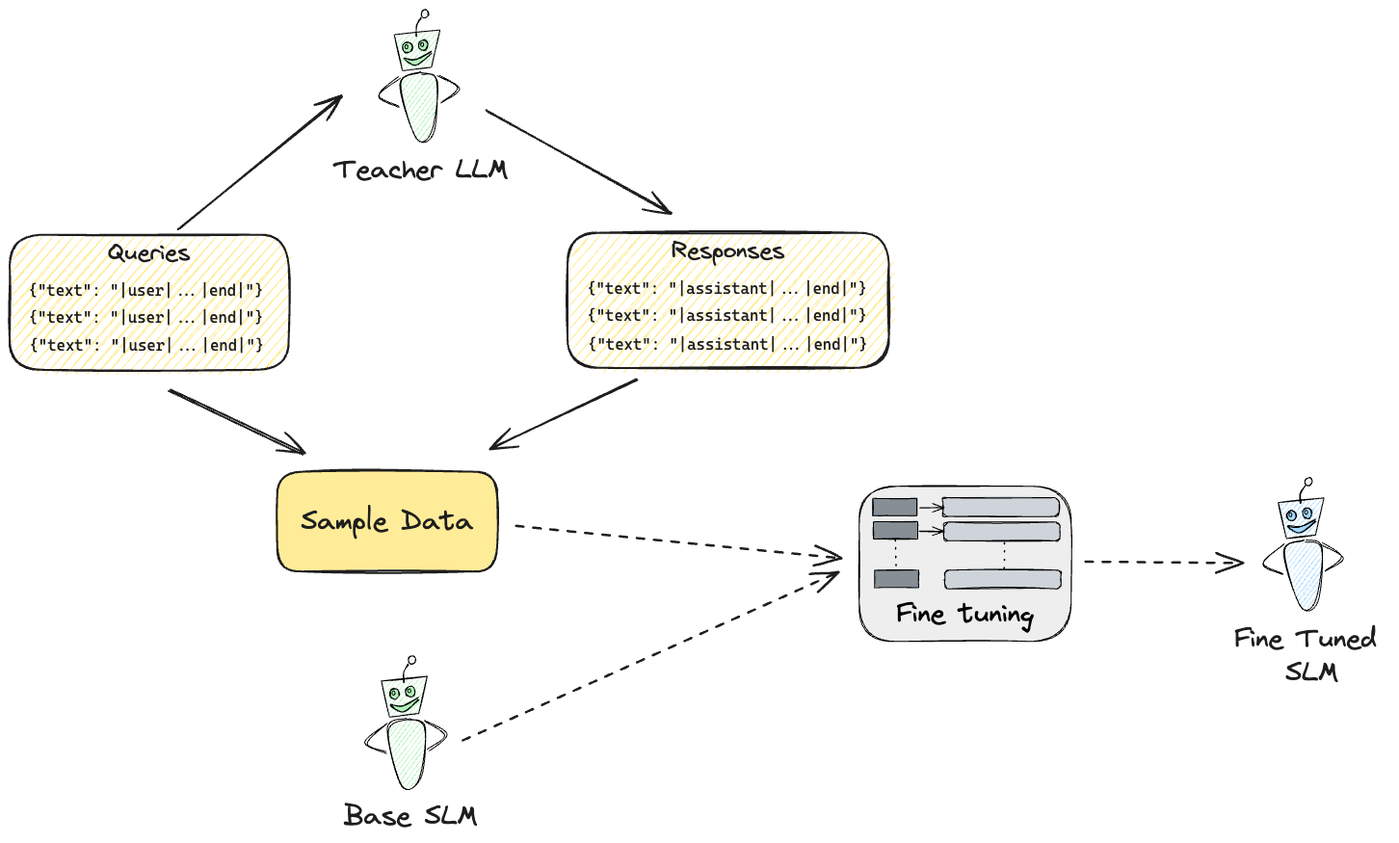
Earlier version of the Excalidraw export zurich-azure-ug-2025/graphics/ft-distillation.excalidraw.png (filipw/filipw.github.io). Source tidied: one line per element, renumbered; positions are measured from the earlier drawing's top-left corner, leaving out a move shared by most shapes.
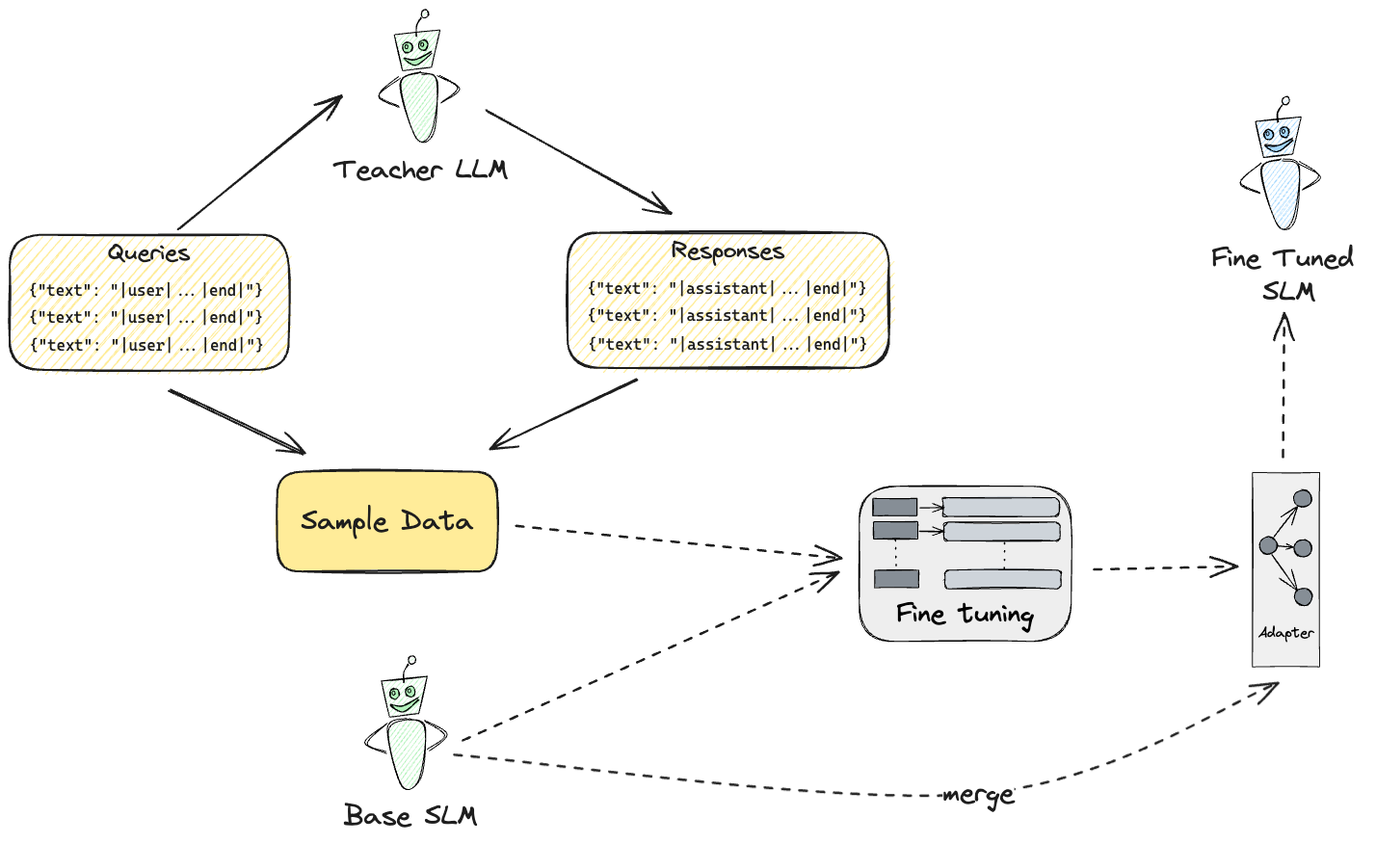
The same diagram one commit later.

What changed in the source:
```diff
@@ -30,19 +30,19 @@
 {"id": 29, "type": "text", "text": "Fine tuning", "strokeColor": "#000000", "strokeWidth": 1, "roughness": 1, "fontSize": 28, "fontFamily": 1, "textAlign": "center", "x": 920, "y": 610, "width": 143, "height": 36}
 {"id": 30, "type": "arrow", "strokeColor": "#1e1e1e", "strokeWidth": 2, "strokeStyle": "dashed", "roughness": 1, "endArrowhead": "arrow", "round": true, "from": 66, "to": 17, "x": 527, "y": 535, "width": 337, "height": 34, "points": [[0, 0], [337, 34]]}
 {"id": 31, "type": "arrow", "strokeColor": "#1e1e1e", "strokeWidth": 2, "strokeStyle": "dashed", "roughness": 1, "endArrowhead": "arrow", "round": true, "to": 17, "x": 470, "y": 758, "width": 391, "height": 173, "points": [[0, 0], [391, -173]]}
-{"id": 32, "type": "arrow", "strokeColor": "#1e1e1e", "strokeWidth": 2, "strokeStyle": "dashed", "roughness": 1, "endArrowhead": "arrow", "round": true, "from": 17, "x": 1117, "y": 574, "width": 163, "height": 1, "points": [[0, 0], [163, -1]]}
+{"id": 32, "type": "arrow", "strokeColor": "#1e1e1e", "strokeWidth": 2, "strokeStyle": "dashed", "roughness": 1, "endArrowhead": "arrow", "round": true, "from": 69, "to": 44, "x": 1322, "y": 466, "width": 0, "height": 152, "points": [[0, 0], [0, -152]]}
-{"id": 33, "type": "line", "strokeColor": "#000000", "backgroundColor": "#a5d8ff", "fillStyle": "hachure", "strokeWidth": 1, "roughness": 1, "x": 1317, "y": 512, "width": 47, "height": 42, "points": [[0, 0], [8, 37], [39, 34], [47, -5], [0, 0]]}
+{"id": 33, "type": "line", "strokeColor": "#000000", "backgroundColor": "#a5d8ff", "fillStyle": "hachure", "strokeWidth": 1, "roughness": 1, "x": 1293, "y": 116, "width": 47, "height": 42, "points": [[0, 0], [8, 37], [39, 34], [47, -5], [0, 0]]}
-{"id": 34, "type": "line", "strokeColor": "#000000", "angle": 0.41, "backgroundColor": "#a5d8ff", "fillStyle": "hachure", "strokeWidth": 1, "roughness": 1, "round": true, "x": 1344, "y": 513, "width": 4, "height": 19, "points": [[0, 0], [-4, -10], [-3, -19]]}
+{"id": 34, "type": "line", "strokeColor": "#000000", "angle": 0.41, "backgroundColor": "#a5d8ff", "fillStyle": "hachure", "strokeWidth": 1, "roughness": 1, "round": true, "x": 1320, "y": 118, "width": 4, "height": 19, "points": [[0, 0], [-4, -10], [-3, -19]]}
-{"id": 35, "type": "ellipse", "strokeColor": "#000000", "angle": 6.58, "backgroundColor": "#a5d8ff", "fillStyle": "hachure", "strokeWidth": 1, "roughness": 1, "x": 1345, "y": 486, "width": 7, "height": 9}
+{"id": 35, "type": "ellipse", "strokeColor": "#000000", "angle": 6.58, "backgroundColor": "#a5d8ff", "fillStyle": "hachure", "strokeWidth": 1, "roughness": 1, "x": 1321, "y": 90, "width": 7, "height": 9}
-{"id": 36, "type": "line", "strokeColor": "#000000", "angle": 6.21, "backgroundColor": "#a5d8ff", "fillStyle": "hachure", "strokeWidth": 1, "roughness": 1, "round": true, "x": 1347, "y": 552, "width": 39, "height": 69, "points": [[0, 0], [17, 9], [8, 62], [-11, 68], [-23, 10], [-1, -1]]}
+{"id": 36, "type": "line", "strokeColor": "#000000", "angle": 6.21, "backgroundColor": "#a5d8ff", "fillStyle": "hachure", "strokeWidth": 1, "roughness": 1, "round": true, "x": 1323, "y": 156, "width": 39, "height": 69, "points": [[0, 0], [17, 9], [8, 62], [-11, 68], [-23, 10], [-1, -1]]}
-{"id": 37, "type": "line", "strokeColor": "#000000", "angle": 0.13, "backgroundColor": "#a5d8ff", "fillStyle": "hachure", "strokeWidth": 1, "roughness": 1, "round": true, "x": 1360, "y": 555, "width": 23, "height": 29, "points": [[0, 0], [23, 11], [7, 29]]}
+{"id": 37, "type": "line", "strokeColor": "#000000", "angle": 0.13, "backgroundColor": "#a5d8ff", "fillStyle": "hachure", "strokeWidth": 1, "roughness": 1, "round": true, "x": 1336, "y": 160, "width": 23, "height": 29, "points": [[0, 0], [23, 11], [7, 29]]}
-{"id": 38, "type": "line", "strokeColor": "#000000", "angle": 6.08, "backgroundColor": "#a5d8ff", "fillStyle": "hachure", "strokeWidth": 1, "roughness": 1, "round": true, "x": 1325, "y": 558, "width": 25, "height": 29, "points": [[0, 0], [-25, 15], [-7, 29]]}
+{"id": 38, "type": "line", "strokeColor": "#000000", "angle": 6.08, "backgroundColor": "#a5d8ff", "fillStyle": "hachure", "strokeWidth": 1, "roughness": 1, "round": true, "x": 1302, "y": 163, "width": 25, "height": 29, "points": [[0, 0], [-25, 15], [-7, 29]]}
-{"id": 39, "type": "line", "strokeColor": "#000000", "backgroundColor": "#a5d8ff", "fillStyle": "solid", "strokeWidth": 1, "roughness": 1, "round": true, "x": 1355, "y": 529, "width": 29, "height": 14, "points": [[0, 0], [-12, 6], [-19, 8], [-29, 7], [-16, 14], [0, 2]]}
+{"id": 39, "type": "line", "strokeColor": "#000000", "backgroundColor": "#a5d8ff", "fillStyle": "solid", "strokeWidth": 1, "roughness": 1, "round": true, "x": 1331, "y": 134, "width": 29, "height": 14, "points": [[0, 0], [-12, 6], [-19, 8], [-29, 7], [-16, 14], [0, 2]]}
-{"id": 40, "type": "ellipse", "strokeColor": "#000000", "backgroundColor": "#a5d8ff", "fillStyle": "solid", "strokeWidth": 1, "roughness": 1, "x": 1325, "y": 520, "width": 10, "height": 11}
+{"id": 40, "type": "ellipse", "strokeColor": "#000000", "backgroundColor": "#a5d8ff", "fillStyle": "solid", "strokeWidth": 1, "roughness": 1, "x": 1302, "y": 124, "width": 10, "height": 11}
-{"id": 41, "type": "ellipse", "strokeColor": "#000000", "backgroundColor": "#a5d8ff", "fillStyle": "solid", "strokeWidth": 1, "roughness": 0, "x": 1328, "y": 522, "width": 3, "height": 4}
+{"id": 41, "type": "ellipse", "strokeColor": "#000000", "backgroundColor": "#a5d8ff", "fillStyle": "solid", "strokeWidth": 1, "roughness": 0, "x": 1304, "y": 127, "width": 3, "height": 4}
-{"id": 42, "type": "ellipse", "strokeColor": "#000000", "backgroundColor": "#a5d8ff", "fillStyle": "solid", "strokeWidth": 1, "roughness": 1, "x": 1342, "y": 517, "width": 10, "height": 11}
+{"id": 42, "type": "ellipse", "strokeColor": "#000000", "backgroundColor": "#a5d8ff", "fillStyle": "solid", "strokeWidth": 1, "roughness": 1, "x": 1318, "y": 122, "width": 10, "height": 11}
-{"id": 43, "type": "ellipse", "strokeColor": "#000000", "backgroundColor": "#a5d8ff", "fillStyle": "solid", "strokeWidth": 1, "roughness": 0, "x": 1344, "y": 520, "width": 3, "height": 4}
+{"id": 43, "type": "ellipse", "strokeColor": "#000000", "backgroundColor": "#a5d8ff", "fillStyle": "solid", "strokeWidth": 1, "roughness": 0, "x": 1320, "y": 124, "width": 3, "height": 4}
-{"id": 44, "type": "text", "text": "Fine Tuned \nSLM", "strokeColor": "#1e1e1e", "backgroundColor": "#a5d8ff", "fillStyle": "solid", "strokeWidth": 2, "roughness": 1, "fontSize": 28, "fontFamily": 1, "textAlign": "center", "x": 1271, "y": 636, "width": 161, "height": 70}
+{"id": 44, "type": "text", "text": "Fine Tuned \nSLM", "strokeColor": "#1e1e1e", "backgroundColor": "#a5d8ff", "fillStyle": "solid", "strokeWidth": 2, "roughness": 1, "fontSize": 28, "fontFamily": 1, "textAlign": "center", "x": 1247, "y": 241, "width": 161, "height": 70}
 {"id": 45, "type": "rectangle", "strokeColor": "#1e1e1e", "backgroundColor": "#ffec99", "fillStyle": "hachure", "strokeWidth": 2, "roughness": 1, "round": true, "x": 579, "y": 232, "width": 334, "height": 140}
 {"id": 46, "type": "text", "text": "Responses", "strokeColor": "#1e1e1e", "strokeWidth": 2, "roughness": 1, "fontSize": 23.95, "fontFamily": 1, "textAlign": "center", "inside": 45, "x": 687, "y": 237, "width": 118, "height": 30}
 {"id": 47, "type": "text", "text": "{\"text\": \"|assistant|...|end|\"}", "strokeColor": "#1e1e1e", "backgroundColor": "#b2f2bb", "fillStyle": "hachure", "strokeWidth": 2, "strokeStyle": "dashed", "roughness": 1, "fontSize": 16, "fontFamily": 3, "x": 599, "y": 279, "width": 291, "height": 19}
@@ -66,3 +66,15 @@
 {"id": 65, "type": "arrow", "strokeColor": "#1e1e1e", "strokeWidth": 2, "roughness": 1, "endArrowhead": "arrow", "round": true, "from": 45, "to": 66, "x": 650, "y": 384, "width": 152, "height": 72, "points": [[0, 0], [-152, 72]]}
 {"id": 66, "type": "rectangle", "strokeColor": "#1e1e1e", "backgroundColor": "#ffec99", "fillStyle": "solid", "strokeWidth": 2, "roughness": 1, "round": true, "x": 278, "y": 480, "width": 228, "height": 104}
 {"id": 67, "type": "text", "text": "Sample Data", "strokeColor": "#1e1e1e", "strokeWidth": 2, "roughness": 1, "fontSize": 28, "fontFamily": 1, "textAlign": "center", "verticalAlign": "middle", "inside": 66, "x": 302, "y": 514, "width": 179, "height": 35}
+{"id": 68, "type": "arrow", "strokeColor": "#1e1e1e", "strokeWidth": 2, "strokeStyle": "dashed", "roughness": 1, "endArrowhead": "arrow", "round": true, "from": 17, "to": 69, "x": 1125, "y": 581, "width": 150, "height": 2, "points": [[0, 0], [150, -2]]}
+{"id": 69, "type": "rectangle", "strokeColor": "#000000", "backgroundColor": "#eeeeee", "fillStyle": "solid", "strokeWidth": 1, "roughness": 1, "opacity": 90, "x": 1290, "y": 480, "width": 70, "height": 202}
+{"id": 70, "type": "ellipse", "strokeColor": "#000000", "backgroundColor": "#868e96", "fillStyle": "solid", "strokeWidth": 1, "roughness": 1, "round": true, "x": 1333, "y": 550, "width": 18, "height": 18}
+{"id": 71, "type": "ellipse", "strokeColor": "#000000", "backgroundColor": "#868e96", "fillStyle": "solid", "strokeWidth": 1, "roughness": 1, "round": true, "x": 1297, "y": 547, "width": 18, "height": 18}
+{"id": 72, "type": "ellipse", "strokeColor": "#000000", "backgroundColor": "#868e96", "fillStyle": "solid", "strokeWidth": 1, "roughness": 1, "round": true, "x": 1333, "y": 601, "width": 18, "height": 18}
+{"id": 73, "type": "ellipse", "strokeColor": "#000000", "backgroundColor": "#868e96", "fillStyle": "solid", "strokeWidth": 1, "roughness": 1, "round": true, "x": 1333, "y": 499, "width": 18, "height": 18}
+{"id": 74, "type": "arrow", "strokeColor": "#000000", "strokeWidth": 1, "roughness": 1, "endArrowhead": "arrow", "from": 71, "x": 1310, "y": 566, "width": 27, "height": 38, "points": [[0, 0], [27, 38]]}
+{"id": 75, "type": "arrow", "strokeColor": "#000000", "strokeWidth": 1, "roughness": 1, "endArrowhead": "arrow", "from": 71, "to": 70, "x": 1316, "y": 557, "width": 17, "height": 1, "points": [[0, 0], [17, 1]]}
+{"id": 76, "type": "arrow", "strokeColor": "#000000", "strokeWidth": 1, "roughness": 1, "endArrowhead": "arrow", "from": 71, "to": 73, "x": 1311, "y": 548, "width": 25, "height": 33, "points": [[0, 0], [25, -33]]}
+{"id": 77, "type": "text", "text": "Adapter", "strokeColor": "#000000", "strokeWidth": 1, "roughness": 1, "fontSize": 14.75, "fontFamily": 1, "textAlign": "center", "x": 1296, "y": 637, "width": 58, "height": 20}
+{"id": 78, "type": "arrow", "strokeColor": "#1e1e1e", "strokeWidth": 2, "strokeStyle": "dashed", "roughness": 1, "endArrowhead": "arrow", "round": true, "to": 69, "x": 462, "y": 772, "width": 854, "height": 116, "points": [[0, 0], [543, 42], [854, -74]]}
+{"id": 79, "type": "text", "text": "merge", "strokeColor": "#1e1e1e", "strokeWidth": 2, "roughness": 1, "fontSize": 28, "fontFamily": 1, "textAlign": "center", "verticalAlign": "middle", "inside": 78, "x": 1114, "y": 887, "width": 74, "height": 35}
```
